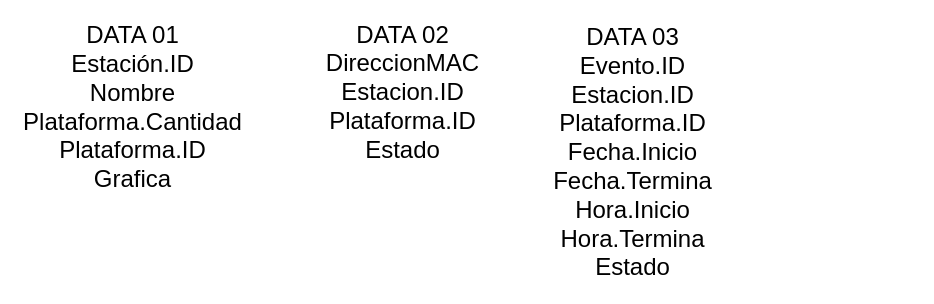
The draw.io diagram page "Data" (2 of 5) of drawings/esquemasBasicos.drawio in rjnogales/crm.mio, before the edit. Source tidied: cells renumbered, new cells numbered last; positions are measured from the earlier drawing's top-left corner, leaving out a move shared by most shapes. Both pictures are drawn from the tidied source at 100%, with x=0, y=0 at pixel (17, 17).
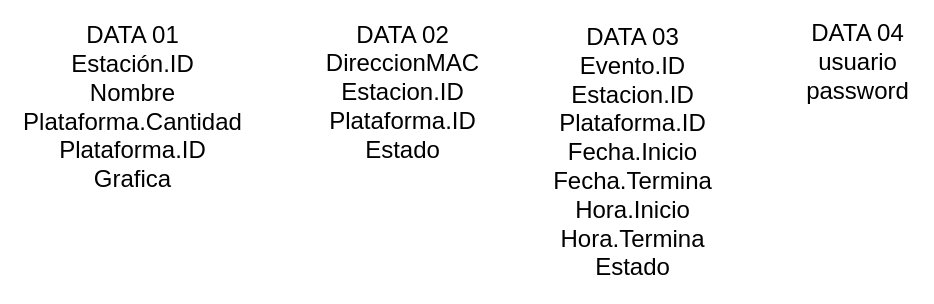
Above is the later version.

What changed in the source:
```diff
@@
 <mxGraphModel>
   <root>
     <mxCell id="0" />
     <mxCell id="1" parent="0" />
     <mxCell id="2" value="DATA 01&lt;br style=&quot;font-size: 24px&quot;&gt;Estación.ID&lt;br style=&quot;font-size: 24px&quot;&gt;Nombre&lt;br style=&quot;font-size: 24px&quot;&gt;Plataforma.Cantidad&lt;br style=&quot;font-size: 24px&quot;&gt;Plataforma.ID&lt;br style=&quot;font-size: 24px&quot;&gt;Grafica" style="text;html=1;align=center;verticalAlign=middle;fillColor=none;strokeColor=none;rounded=0;fontSize=24;fontFamily=Helvetica;" parent="1" vertex="1">
       <mxGeometry width="230" height="180" as="geometry" />
     </mxCell>
     <mxCell id="3" value="DATA 02&lt;br style=&quot;font-size: 24px&quot;&gt;DireccionMAC&lt;br style=&quot;font-size: 24px&quot;&gt;Estacion.ID&lt;br style=&quot;font-size: 24px&quot;&gt;Plataforma.ID&lt;br style=&quot;font-size: 24px&quot;&gt;Estado" style="text;html=1;align=center;verticalAlign=middle;fillColor=none;strokeColor=none;rounded=0;fontSize=24;fontFamily=Helvetica;" parent="1" vertex="1">
       <mxGeometry x="300" width="170" height="150" as="geometry" />
     </mxCell>
     <mxCell id="4" value="DATA 03&lt;br style=&quot;font-size: 24px&quot;&gt;Evento.ID&lt;br style=&quot;font-size: 24px&quot;&gt;Estacion.ID&lt;br style=&quot;font-size: 24px&quot;&gt;Plataforma.ID&lt;br&gt;Fecha.Inicio&lt;br&gt;Fecha.Termina&lt;br&gt;Hora.Inicio&lt;br&gt;Hora.Termina&lt;br style=&quot;font-size: 24px&quot;&gt;Estado" style="text;html=1;align=center;verticalAlign=middle;fillColor=none;strokeColor=none;rounded=0;fontSize=24;fontFamily=Helvetica;" parent="1" vertex="1">
       <mxGeometry x="530" width="170" height="270" as="geometry" />
     </mxCell>
+    <mxCell id="5" value="DATA 04&lt;br style=&quot;font-size: 24px&quot;&gt;usuario&lt;br style=&quot;font-size: 24px&quot;&gt;password" style="text;html=1;align=center;verticalAlign=middle;fillColor=none;strokeColor=none;rounded=0;fontSize=24;fontFamily=Helvetica;" parent="1" vertex="1">
+      <mxGeometry x="780" width="120" height="90" as="geometry" />
+    </mxCell>
   </root>
 </mxGraphModel>
```
